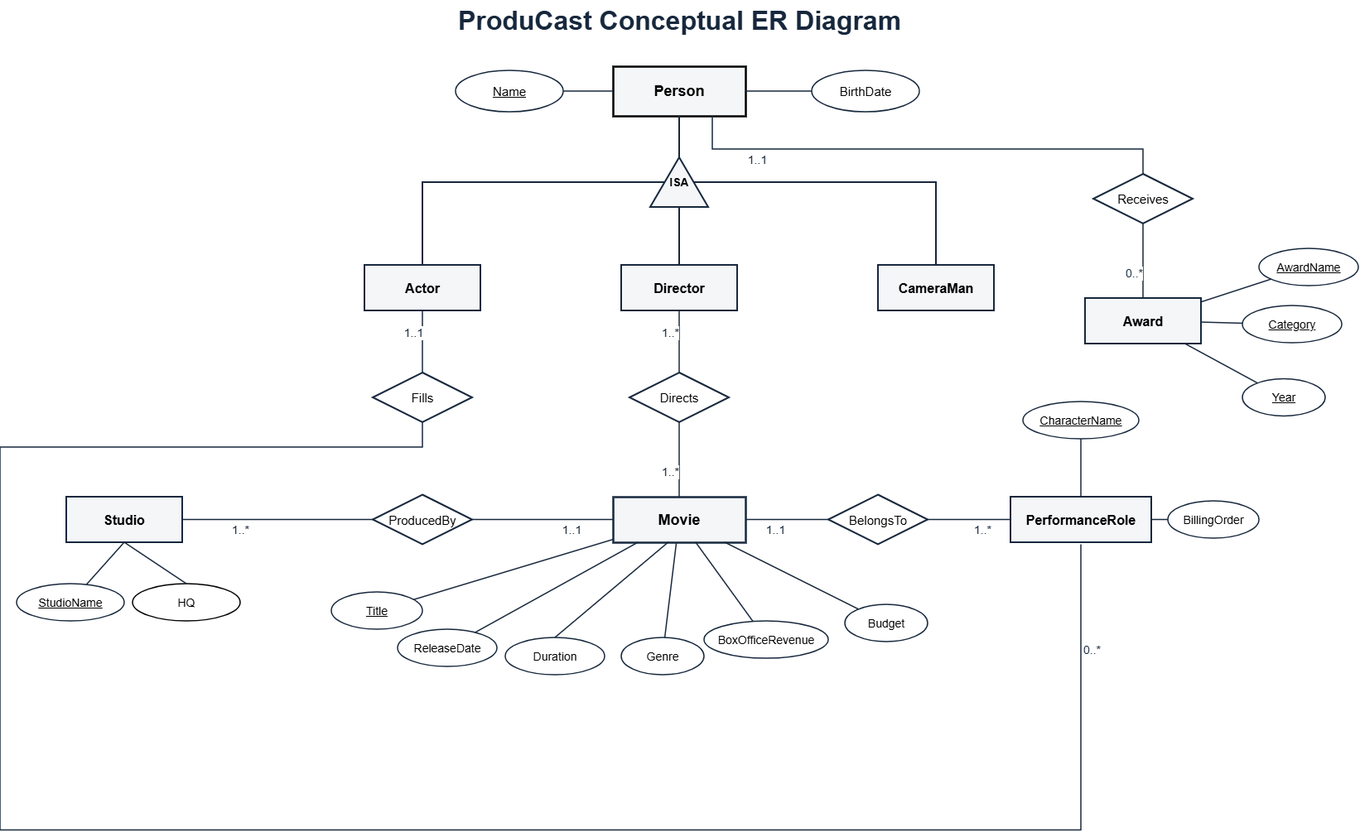
This is docs/er/ProduCast_ER_Diagram.png from karanbe17/film-talent-kg, a draw.io export, as it was before one commit. Source tidied: cells renumbered, new cells last; positions are measured from the earlier drawing's top-left corner, leaving out a move shared by most shapes.
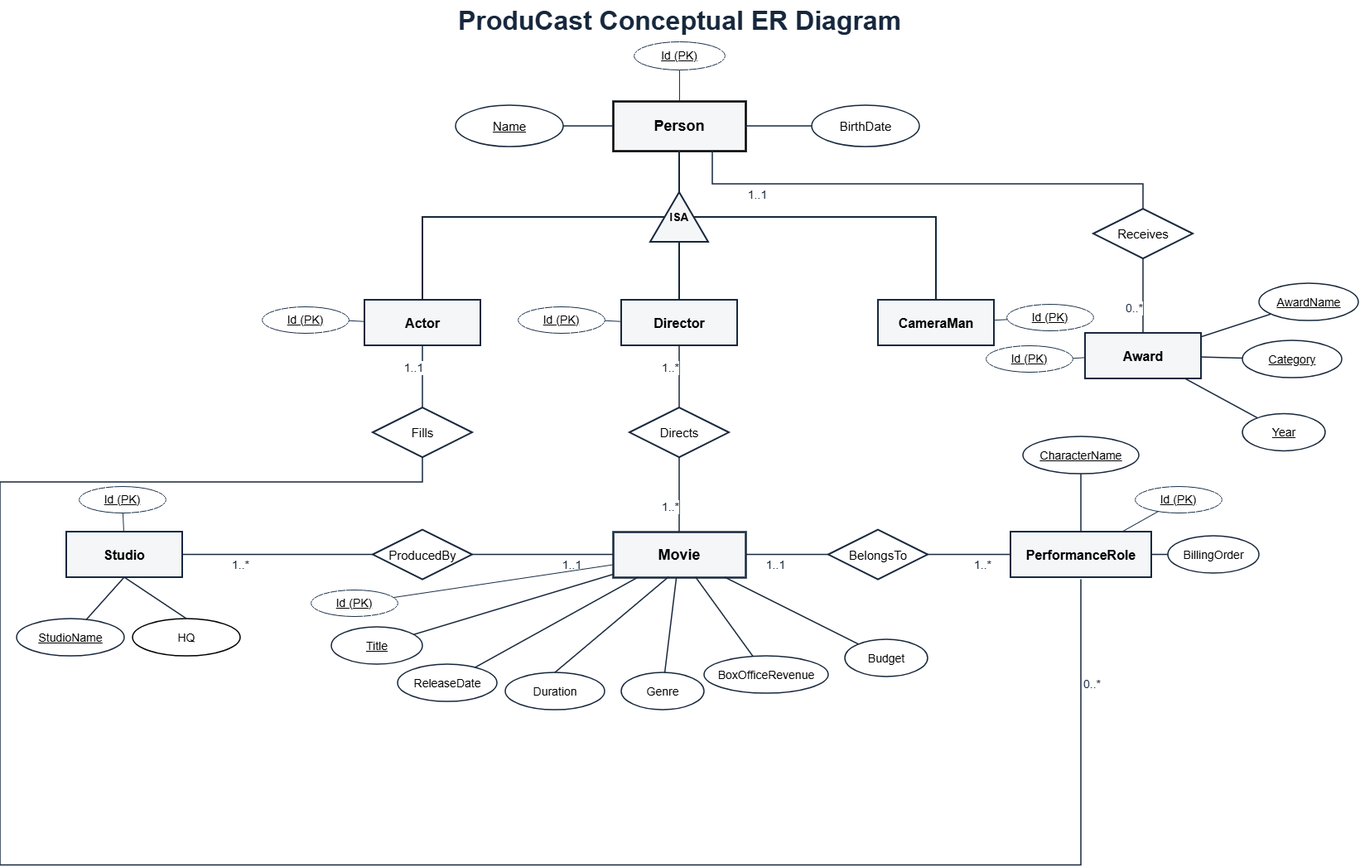
The same file after the commit.

Change to the diagram source:
```diff
@@ -3,7 +3,7 @@
     <mxCell id="0" />
     <mxCell id="1" parent="0" />
     <mxCell id="2" value="ProduCast Conceptual ER Diagram" style="text;html=1;align=center;verticalAlign=middle;fontSize=32;fontStyle=1;fontColor=#17283d;strokeColor=none;fillColor=none;" parent="1" vertex="1">
-      <mxGeometry x="520" width="600" height="50" as="geometry" />
+      <mxGeometry x="520" y="-42" width="600" height="50" as="geometry" />
     </mxCell>
     <mxCell id="3" value="Person" style="rounded=0;whiteSpace=wrap;html=1;fillColor=#f4f6f8;strokeColor=default;strokeWidth=2.5;fontSize=18;fontStyle=1;labelBorderColor=none;" parent="1" vertex="1">
       <mxGeometry x="740" y="80" width="160" height="60" as="geometry" />
@@ -223,5 +223,53 @@
     <mxCell id="70" style="endArrow=none;html=1;strokeColor=#17283d;strokeWidth=1.5;entryX=0.5;entryY=0;entryDx=0;entryDy=0;exitX=0.5;exitY=1;exitDx=0;exitDy=0;" parent="1" edge="1" source="34" target="69">
       <mxGeometry relative="1" as="geometry" />
     </mxCell>
+    <mxCell id="71" value="&lt;u&gt;Id (PK)&lt;/u&gt;" style="ellipse;whiteSpace=wrap;html=1;strokeColor=#1a3049;fillColor=#ffffff;fontSize=14;" parent="1" vertex="1">
+      <mxGeometry x="765" y="8" width="110" height="34" as="geometry" />
+    </mxCell>
+    <mxCell id="72" style="endArrow=none;html=1;rounded=0;strokeColor=#1a3049;exitX=0.5;exitY=1;exitDx=0;exitDy=0;" parent="1" edge="1" source="71" target="3">
+      <mxGeometry relative="1" as="geometry" />
+    </mxCell>
+    <mxCell id="73" value="&lt;u&gt;Id (PK)&lt;/u&gt;" style="ellipse;whiteSpace=wrap;html=1;strokeColor=#1a3049;fillColor=#ffffff;fontSize=14;" parent="1" vertex="1">
+      <mxGeometry x="316" y="328" width="105" height="32" as="geometry" />
+    </mxCell>
+    <mxCell id="74" style="endArrow=none;html=1;rounded=0;strokeColor=#1a3049;" parent="1" edge="1" source="73" target="10">
+      <mxGeometry relative="1" as="geometry" />
+    </mxCell>
+    <mxCell id="75" value="&lt;u&gt;Id (PK)&lt;/u&gt;" style="ellipse;whiteSpace=wrap;html=1;strokeColor=#1a3049;fillColor=#ffffff;fontSize=14;" parent="1" vertex="1">
+      <mxGeometry x="625" y="328" width="105" height="32" as="geometry" />
+    </mxCell>
+    <mxCell id="76" style="endArrow=none;html=1;rounded=0;strokeColor=#1a3049;" parent="1" edge="1" source="75" target="11">
+      <mxGeometry relative="1" as="geometry" />
+    </mxCell>
+    <mxCell id="77" value="&lt;u&gt;Id (PK)&lt;/u&gt;" style="ellipse;whiteSpace=wrap;html=1;strokeColor=#1a3049;fillColor=#ffffff;fontSize=14;" parent="1" vertex="1">
+      <mxGeometry x="1215" y="325" width="105" height="32" as="geometry" />
+    </mxCell>
+    <mxCell id="78" style="endArrow=none;html=1;rounded=0;strokeColor=#1a3049;" parent="1" edge="1" source="77" target="12">
+      <mxGeometry relative="1" as="geometry" />
+    </mxCell>
+    <mxCell id="79" value="&lt;u&gt;Id (PK)&lt;/u&gt;" style="ellipse;whiteSpace=wrap;html=1;strokeColor=#1a3049;fillColor=#ffffff;fontSize=14;" parent="1" vertex="1">
+      <mxGeometry x="1190" y="375" width="105" height="32" as="geometry" />
+    </mxCell>
+    <mxCell id="80" style="endArrow=none;html=1;rounded=0;strokeColor=#1a3049;" parent="1" edge="1" source="79" target="17">
+      <mxGeometry relative="1" as="geometry" />
+    </mxCell>
+    <mxCell id="81" value="&lt;u&gt;Id (PK)&lt;/u&gt;" style="ellipse;whiteSpace=wrap;html=1;strokeColor=#1a3049;fillColor=#ffffff;fontSize=14;" parent="1" vertex="1">
+      <mxGeometry x="95" y="545" width="105" height="32" as="geometry" />
+    </mxCell>
+    <mxCell id="82" style="endArrow=none;html=1;rounded=0;strokeColor=#1a3049;" parent="1" edge="1" source="81" target="34">
+      <mxGeometry relative="1" as="geometry" />
+    </mxCell>
+    <mxCell id="83" value="&lt;u&gt;Id (PK)&lt;/u&gt;" style="ellipse;whiteSpace=wrap;html=1;strokeColor=#1a3049;fillColor=#ffffff;fontSize=14;" parent="1" vertex="1">
+      <mxGeometry x="375" y="670" width="105" height="32" as="geometry" />
+    </mxCell>
+    <mxCell id="84" style="endArrow=none;html=1;rounded=0;strokeColor=#1a3049;" parent="1" edge="1" source="83" target="40">
+      <mxGeometry relative="1" as="geometry" />
+    </mxCell>
+    <mxCell id="85" value="&lt;u&gt;Id (PK)&lt;/u&gt;" style="ellipse;whiteSpace=wrap;html=1;strokeColor=#1a3049;fillColor=#ffffff;fontSize=14;" parent="1" vertex="1">
+      <mxGeometry x="1370" y="545" width="105" height="32" as="geometry" />
+    </mxCell>
+    <mxCell id="86" style="endArrow=none;html=1;rounded=0;strokeColor=#1a3049;" parent="1" edge="1" source="85" target="48">
+      <mxGeometry relative="1" as="geometry" />
+    </mxCell>
   </root>
 </mxGraphModel>
```
